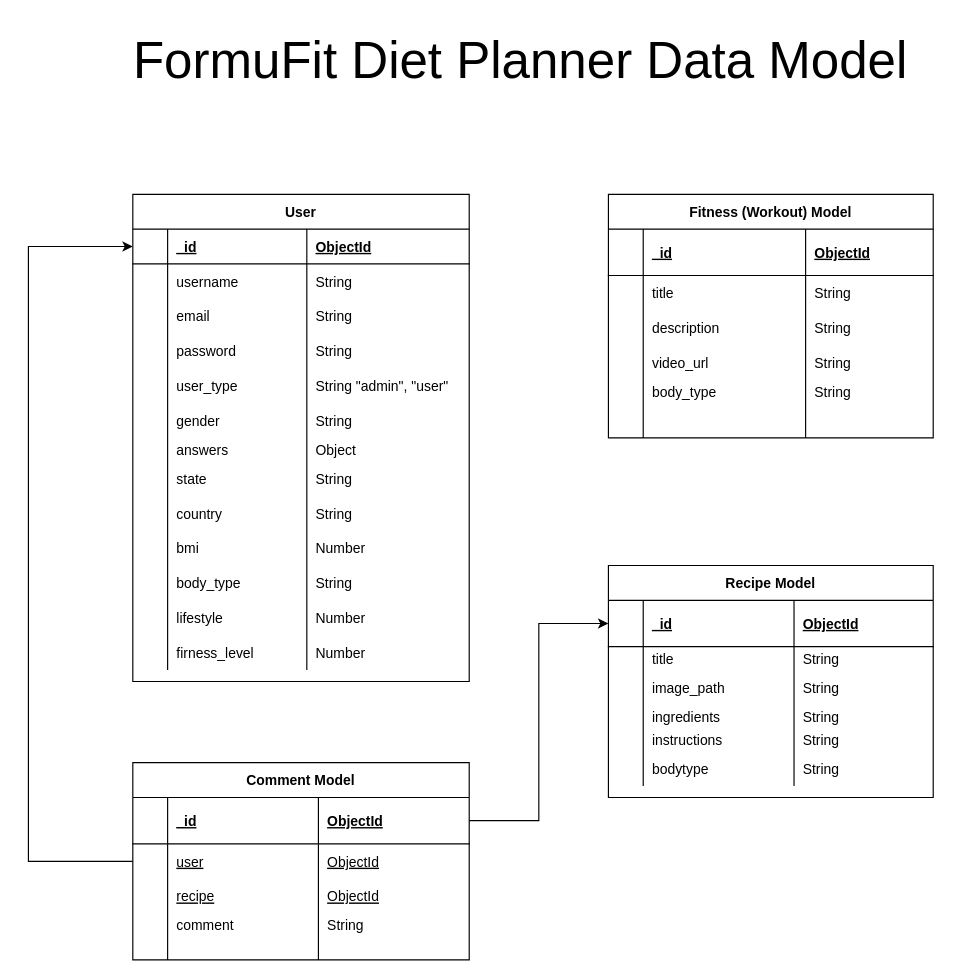
Before: diet-planner/diet-planner-model.drawio in reshmanidhish/diagrams, a draw.io diagram. Source tidied: cells renumbered, new cells numbered last; positions are measured from the earlier drawing's top-left corner, leaving out a move shared by most shapes. Both pictures are drawn from the tidied source at 116%, with x=0, y=0 at pixel (28, 20).
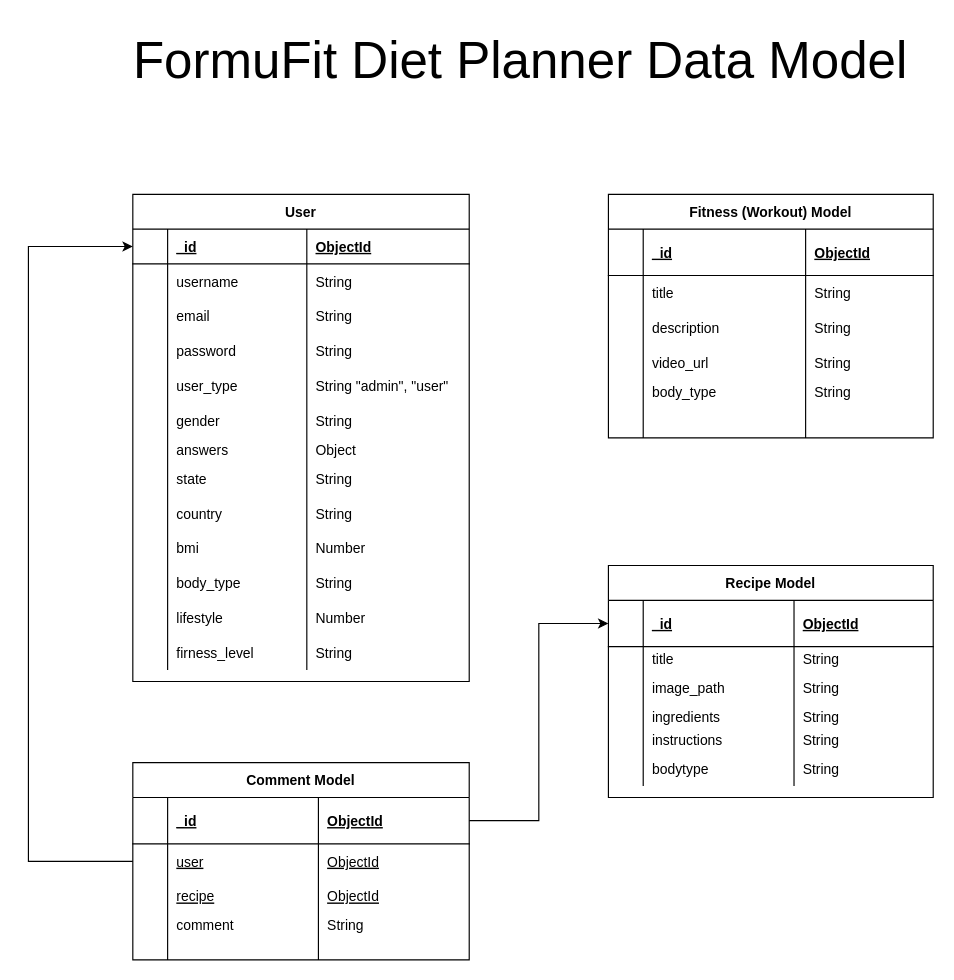
After the change.

Unchanged cells that the change refers to:
```xml
<mxCell id="76" style="shape=partialRectangle;fillColor=none;top=0;left=0;right=0;bottom=0;" parent="27" vertex="1">
  <mxGeometry y="380" width="290" height="30" as="geometry" />
</mxCell>
```

Diff of the diagram source:
```diff
@@
-    <mxCell id="79" value="Number" style="shape=partialRectangle;overflow=hidden;fillColor=none;top=0;left=0;bottom=0;right=0;align=left;spacingLeft=6;" parent="76" vertex="1">
+    <mxCell id="79" value="String" style="shape=partialRectangle;overflow=hidden;fillColor=none;top=0;left=0;bottom=0;right=0;align=left;spacingLeft=6;" parent="76" vertex="1">
       <mxGeometry x="150" width="140" height="30" as="geometry" />
     </mxCell>
```
